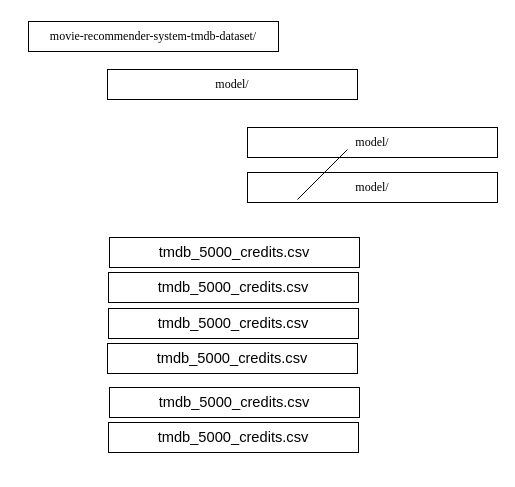
The draw.io diagram Untitled Diagram.drawio in getch-aw/DocRED, before the edit. Source tidied: cells renumbered, new cells numbered last; positions are measured from the earlier drawing's top-left corner, leaving out a move shared by most shapes. Both pictures are drawn from the tidied source at 100%, with x=0, y=0 at pixel (28, 21).
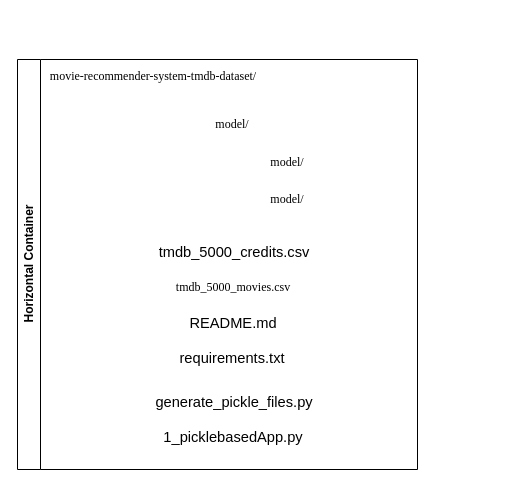
The same diagram, later.

What changed in the source:
```diff
@@
 <mxGraphModel>
   <root>
     <mxCell id="0" />
     <mxCell id="1" parent="0" />
-    <mxCell id="2" value="&lt;p align=&quot;center&quot; class=&quot;MsoNormal&quot;&gt;&lt;span style=&quot;font-family:  Times New Roman;&quot;&gt;movie-recommender-system-tmdb-dataset/&lt;/span&gt;&lt;/p&gt;" style="rounded=0;whiteSpace=wrap;html=1;" parent="1" vertex="1">
-      <mxGeometry width="250" height="30" as="geometry" />
+    <mxCell id="2" value="&lt;p align=&quot;center&quot; class=&quot;MsoNormal&quot;&gt;&lt;span style=&quot;font-family:  Times New Roman;&quot;&gt;movie-recommender-system-tmdb-dataset/&lt;/span&gt;&lt;/p&gt;" style="rounded=0;whiteSpace=wrap;html=1;strokeColor=none;" parent="1" vertex="1">
+      <mxGeometry y="40" width="250" height="30" as="geometry" />
     </mxCell>
-    <mxCell id="3" value="&lt;p align=&quot;center&quot; class=&quot;MsoNormal&quot;&gt;&lt;font face=&quot;Times New Roman&quot;&gt;model/&lt;/font&gt;&lt;/p&gt;" style="rounded=0;whiteSpace=wrap;html=1;" parent="1" vertex="1">
-      <mxGeometry x="79" y="48" width="250" height="30" as="geometry" />
+    <mxCell id="3" value="&lt;p align=&quot;center&quot; class=&quot;MsoNormal&quot;&gt;&lt;font face=&quot;Times New Roman&quot;&gt;model/&lt;/font&gt;&lt;/p&gt;" style="rounded=0;whiteSpace=wrap;html=1;strokeColor=none;" parent="1" vertex="1">
+      <mxGeometry x="79" y="88" width="250" height="30" as="geometry" />
     </mxCell>
-    <mxCell id="4" value="&lt;p align=&quot;center&quot; class=&quot;MsoNormal&quot;&gt;&lt;span style=&quot;font-size:11.0pt;line-height:107%;&lt;br/&gt;font-family: Times New Roman;mso-fareast-font-family: sans serif,serif,monospace,auto;mso-fareast-theme-font:&lt;br/&gt;minor-latin;mso-ansi-language:EN-US;mso-fareast-language:EN-US;mso-bidi-language:&lt;br/&gt;AR-SA&quot;&gt;tmdb_5000_credits.csv&lt;/span&gt;&lt;br&gt;&lt;/p&gt;" style="rounded=0;whiteSpace=wrap;html=1;" parent="1" vertex="1">
+    <mxCell id="4" value="&lt;p align=&quot;center&quot; class=&quot;MsoNormal&quot;&gt;&lt;span style=&quot;font-size:11.0pt;line-height:107%;&lt;br/&gt;font-family: Times New Roman;mso-fareast-font-family: sans serif,serif,monospace,auto;mso-fareast-theme-font:&lt;br/&gt;minor-latin;mso-ansi-language:EN-US;mso-fareast-language:EN-US;mso-bidi-language:&lt;br/&gt;AR-SA&quot;&gt;tmdb_5000_credits.csv&lt;/span&gt;&lt;br&gt;&lt;/p&gt;" style="rounded=0;whiteSpace=wrap;html=1;strokeColor=none;" parent="1" vertex="1">
       <mxGeometry x="81" y="216" width="250" height="30" as="geometry" />
     </mxCell>
-    <mxCell id="5" value="&lt;p align=&quot;center&quot; class=&quot;MsoNormal&quot;&gt;&lt;font face=&quot;Times New Roman&quot;&gt;model/&lt;/font&gt;&lt;/p&gt;" style="rounded=0;whiteSpace=wrap;html=1;" parent="1" vertex="1">
-      <mxGeometry x="219" y="106" width="250" height="30" as="geometry" />
+    <mxCell id="5" value="&lt;p align=&quot;center&quot; class=&quot;MsoNormal&quot;&gt;&lt;font face=&quot;Times New Roman&quot;&gt;model/&lt;/font&gt;&lt;/p&gt;" style="rounded=0;whiteSpace=wrap;html=1;strokeColor=none;" parent="1" vertex="1">
+      <mxGeometry x="134" y="126" width="250" height="30" as="geometry" />
     </mxCell>
-    <mxCell id="6" value="&lt;p align=&quot;center&quot; class=&quot;MsoNormal&quot;&gt;&lt;font face=&quot;Times New Roman&quot;&gt;model/&lt;/font&gt;&lt;/p&gt;" style="rounded=0;whiteSpace=wrap;html=1;" parent="1" vertex="1">
-      <mxGeometry x="219" y="151" width="250" height="30" as="geometry" />
+    <mxCell id="6" value="&lt;p align=&quot;center&quot; class=&quot;MsoNormal&quot;&gt;&lt;font face=&quot;Times New Roman&quot;&gt;model/&lt;/font&gt;&lt;/p&gt;" style="rounded=0;whiteSpace=wrap;html=1;strokeColor=none;" parent="1" vertex="1">
+      <mxGeometry x="134" y="163" width="250" height="30" as="geometry" />
     </mxCell>
-    <mxCell id="7" value="&lt;p align=&quot;center&quot; class=&quot;MsoNormal&quot;&gt;&lt;span style=&quot;font-size:11.0pt;line-height:107%;&lt;br/&gt;font-family: Times New Roman;mso-fareast-font-family: sans serif,serif,monospace,auto;mso-fareast-theme-font:&lt;br/&gt;minor-latin;mso-ansi-language:EN-US;mso-fareast-language:EN-US;mso-bidi-language:&lt;br/&gt;AR-SA&quot;&gt;tmdb_5000_credits.csv&lt;/span&gt;&lt;br&gt;&lt;/p&gt;" style="rounded=0;whiteSpace=wrap;html=1;" parent="1" vertex="1">
+    <mxCell id="7" value="&lt;p class=&quot;MsoNormal&quot;&gt;&lt;span style=&quot;font-family: Times New Roman;&quot;&gt;tmdb_5000_movies.csv&lt;/span&gt;&lt;/p&gt;" style="rounded=0;whiteSpace=wrap;html=1;strokeColor=none;" parent="1" vertex="1">
       <mxGeometry x="80" y="251" width="250" height="30" as="geometry" />
     </mxCell>
-    <mxCell id="8" style="endArrow=none;html=1;rounded=0;" parent="1" edge="1">
-      <mxGeometry relative="1" as="geometry">
-        <mxPoint x="269" y="178" as="sourcePoint" />
-        <mxPoint x="319" y="128" as="targetPoint" />
-      </mxGeometry>
-    </mxCell>
-    <mxCell id="9" value="&lt;p align=&quot;center&quot; class=&quot;MsoNormal&quot;&gt;&lt;span style=&quot;font-size:11.0pt;line-height:107%;&lt;br/&gt;font-family: Times New Roman;mso-fareast-font-family: sans serif,serif,monospace,auto;mso-fareast-theme-font:&lt;br/&gt;minor-latin;mso-ansi-language:EN-US;mso-fareast-language:EN-US;mso-bidi-language:&lt;br/&gt;AR-SA&quot;&gt;tmdb_5000_credits.csv&lt;/span&gt;&lt;br&gt;&lt;/p&gt;" style="rounded=0;whiteSpace=wrap;html=1;" parent="1" vertex="1">
+    <mxCell id="9" value="&lt;p align=&quot;center&quot; class=&quot;MsoNormal&quot;&gt;&lt;span style=&quot;font-size:11.0pt;line-height:107%;&lt;br/&gt;font-family: Times New Roman;mso-fareast-font-family: sans serif,serif,monospace,auto;mso-fareast-theme-font:&lt;br/&gt;minor-latin;mso-ansi-language:EN-US;mso-fareast-language:EN-US;mso-bidi-language:&lt;br/&gt;AR-SA&quot;&gt;README.md&lt;/span&gt;&lt;br&gt;&lt;/p&gt;" style="rounded=0;whiteSpace=wrap;html=1;strokeColor=none;" parent="1" vertex="1">
       <mxGeometry x="80" y="287" width="250" height="30" as="geometry" />
     </mxCell>
-    <mxCell id="10" value="&lt;p align=&quot;center&quot; class=&quot;MsoNormal&quot;&gt;&lt;span style=&quot;font-size:11.0pt;line-height:107%;&lt;br/&gt;font-family: Times New Roman;mso-fareast-font-family: sans serif,serif,monospace,auto;mso-fareast-theme-font:&lt;br/&gt;minor-latin;mso-ansi-language:EN-US;mso-fareast-language:EN-US;mso-bidi-language:&lt;br/&gt;AR-SA&quot;&gt;tmdb_5000_credits.csv&lt;/span&gt;&lt;br&gt;&lt;/p&gt;" style="rounded=0;whiteSpace=wrap;html=1;" parent="1" vertex="1">
+    <mxCell id="10" value="&lt;p align=&quot;center&quot; class=&quot;MsoNormal&quot;&gt;&lt;span style=&quot;font-size:11.0pt;line-height:107%;&lt;br/&gt;font-family: Times New Roman;mso-fareast-font-family: sans serif,serif,monospace,auto;mso-fareast-theme-font:&lt;br/&gt;minor-latin;mso-ansi-language:EN-US;mso-fareast-language:EN-US;mso-bidi-language:&lt;br/&gt;AR-SA&quot;&gt;requirements.txt&lt;/span&gt;&lt;br&gt;&lt;/p&gt;" style="rounded=0;whiteSpace=wrap;html=1;strokeColor=none;" parent="1" vertex="1">
       <mxGeometry x="79" y="322" width="250" height="30" as="geometry" />
     </mxCell>
-    <mxCell id="11" value="&lt;p align=&quot;center&quot; class=&quot;MsoNormal&quot;&gt;&lt;span style=&quot;font-size:11.0pt;line-height:107%;&lt;br/&gt;font-family: Times New Roman;mso-fareast-font-family: sans serif,serif,monospace,auto;mso-fareast-theme-font:&lt;br/&gt;minor-latin;mso-ansi-language:EN-US;mso-fareast-language:EN-US;mso-bidi-language:&lt;br/&gt;AR-SA&quot;&gt;tmdb_5000_credits.csv&lt;/span&gt;&lt;br&gt;&lt;/p&gt;" style="rounded=0;whiteSpace=wrap;html=1;" parent="1" vertex="1">
+    <mxCell id="11" value="&lt;p align=&quot;center&quot; class=&quot;MsoNormal&quot;&gt;&lt;span style=&quot;font-size:11.0pt;line-height:107%;&lt;br/&gt;font-family: Times New Roman;mso-fareast-font-family: sans serif,serif,monospace,auto;mso-fareast-theme-font:&lt;br/&gt;minor-latin;mso-ansi-language:EN-US;mso-fareast-language:EN-US;mso-bidi-language:&lt;br/&gt;AR-SA&quot;&gt;generate_pickle_files.py&lt;/span&gt;&lt;br&gt;&lt;/p&gt;" style="rounded=0;whiteSpace=wrap;html=1;strokeColor=none;" parent="1" vertex="1">
       <mxGeometry x="81" y="366" width="250" height="30" as="geometry" />
     </mxCell>
-    <mxCell id="12" value="&lt;p align=&quot;center&quot; class=&quot;MsoNormal&quot;&gt;&lt;span style=&quot;font-size:11.0pt;line-height:107%;&lt;br/&gt;font-family: Times New Roman;mso-fareast-font-family: sans serif,serif,monospace,auto;mso-fareast-theme-font:&lt;br/&gt;minor-latin;mso-ansi-language:EN-US;mso-fareast-language:EN-US;mso-bidi-language:&lt;br/&gt;AR-SA&quot;&gt;tmdb_5000_credits.csv&lt;/span&gt;&lt;br&gt;&lt;/p&gt;" style="rounded=0;whiteSpace=wrap;html=1;" parent="1" vertex="1">
+    <mxCell id="12" value="&lt;p align=&quot;center&quot; class=&quot;MsoNormal&quot;&gt;&lt;span style=&quot;font-size:11.0pt;line-height:107%;&lt;br/&gt;font-family: Times New Roman;mso-fareast-font-family: sans serif,serif,monospace,auto;mso-fareast-theme-font:&lt;br/&gt;minor-latin;mso-ansi-language:EN-US;mso-fareast-language:EN-US;mso-bidi-language:&lt;br/&gt;AR-SA&quot;&gt;1_picklebasedApp.py&lt;/span&gt;&lt;br&gt;&lt;/p&gt;" style="rounded=0;whiteSpace=wrap;html=1;strokeColor=none;" parent="1" vertex="1">
       <mxGeometry x="80" y="401" width="250" height="30" as="geometry" />
     </mxCell>
+    <mxCell id="13" value="Horizontal Container" style="swimlane;horizontal=0;whiteSpace=wrap;html=1;" parent="1" vertex="1">
+      <mxGeometry x="-11" y="38" width="400" height="410" as="geometry" />
+    </mxCell>
   </root>
 </mxGraphModel>
```
